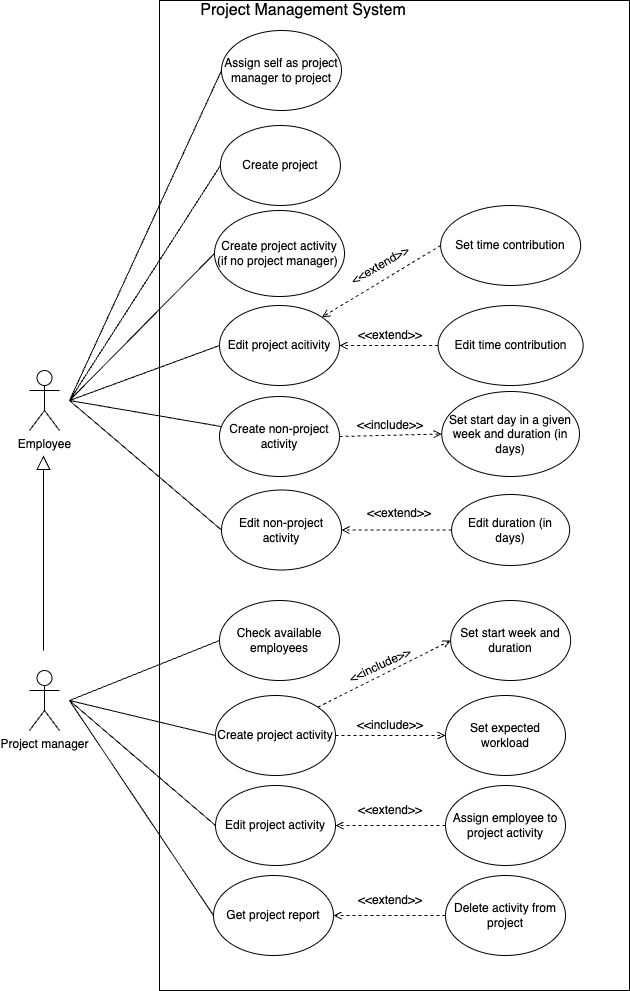
The draw.io diagram figures/Use_case.drawio.png in Simon2142/ProjectManagementSystem, before a commit. Source tidied: cells renumbered, new cells last; positions are measured from the earlier drawing's top-left corner, leaving out a move shared by most shapes.
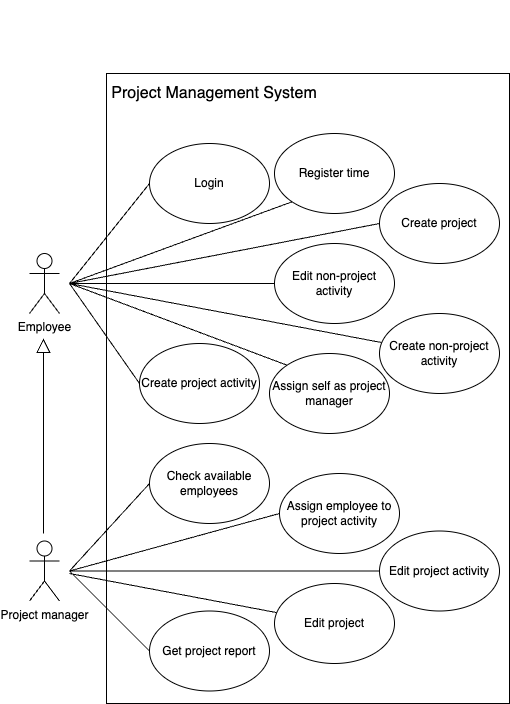
After the change.

What changed in the source:
```diff
@@ -2,38 +2,23 @@
   <root>
     <mxCell id="0" />
     <mxCell id="1" parent="0" />
-    <mxCell id="2" style="rounded=0;whiteSpace=wrap;html=1;" parent="1" vertex="1">
-      <mxGeometry x="130" width="470" height="990" as="geometry" />
-    </mxCell>
+    <mxCell id="52" style="rounded=0;whiteSpace=wrap;html=1;" parent="1" vertex="1">
+      <mxGeometry x="77" y="190" width="403" height="630" as="geometry" />
+    </mxCell>
     <mxCell id="3" value="Project manager" style="shape=umlActor;verticalLabelPosition=bottom;verticalAlign=top;html=1;" parent="1" vertex="1">
-      <mxGeometry y="670" width="30" height="60" as="geometry" />
+      <mxGeometry y="657.5" width="30" height="60" as="geometry" />
     </mxCell>
-    <mxCell id="4" style="rounded=0;jettySize=auto;html=1;dashed=1;endArrow=open;endFill=0;exitX=1;exitY=0.5;exitDx=0;exitDy=0;" parent="1" edge="1" source="7" target="9">
-      <mxGeometry relative="1" as="geometry" />
-    </mxCell>
     <mxCell id="5" style="rounded=0;jettySize=auto;html=1;endArrow=none;endFill=0;exitX=0;exitY=0.5;exitDx=0;exitDy=0;" parent="1" edge="1" source="6">
       <mxGeometry relative="1" as="geometry">
         <mxPoint x="40" y="400" as="targetPoint" />
       </mxGeometry>
     </mxCell>
     <mxCell id="6" value="Create project" style="ellipse;whiteSpace=wrap;html=1;" parent="1" vertex="1">
-      <mxGeometry x="190.9" y="125" width="120" height="80" as="geometry" />
+      <mxGeometry x="350" y="300" width="120" height="80" as="geometry" />
     </mxCell>
-    <mxCell id="7" value="Create project activity" style="ellipse;whiteSpace=wrap;html=1;" parent="1" vertex="1">
-      <mxGeometry x="186" y="695" width="120" height="80" as="geometry" />
+    <mxCell id="7" value="Edit project activity" style="ellipse;whiteSpace=wrap;html=1;" parent="1" vertex="1">
+      <mxGeometry x="350" y="647.5" width="120" height="80" as="geometry" />
     </mxCell>
-    <mxCell id="8" value="Edit project activity" style="ellipse;whiteSpace=wrap;html=1;" parent="1" vertex="1">
-      <mxGeometry x="186" y="785" width="120" height="80" as="geometry" />
-    </mxCell>
-    <mxCell id="9" value="Set expected workload" style="ellipse;whiteSpace=wrap;html=1;" parent="1" vertex="1">
-      <mxGeometry x="416" y="695" width="120" height="80" as="geometry" />
-    </mxCell>
-    <mxCell id="10" value="Set start week and duration" style="ellipse;whiteSpace=wrap;html=1;" parent="1" vertex="1">
-      <mxGeometry x="421.1" y="600" width="120" height="80" as="geometry" />
-    </mxCell>
-    <mxCell id="11" style="endArrow=open;html=1;rounded=0;exitX=1;exitY=0;exitDx=0;exitDy=0;dashed=1;endFill=0;entryX=0;entryY=0.5;entryDx=0;entryDy=0;" parent="1" edge="1" source="7" target="10">
-      <mxGeometry relative="1" as="geometry" />
-    </mxCell>
     <mxCell id="12" style="rounded=0;jettySize=auto;html=1;entryX=0;entryY=0.5;entryDx=0;entryDy=0;endArrow=none;endFill=0;" parent="1" edge="1" target="35">
       <mxGeometry relative="1" as="geometry">
         <mxPoint x="40" y="400" as="sourcePoint" />
@@ -42,121 +27,58 @@
     <mxCell id="13" value="Employee" style="shape=umlActor;verticalLabelPosition=bottom;verticalAlign=top;html=1;" parent="1" vertex="1">
       <mxGeometry y="370" width="30" height="60" as="geometry" />
     </mxCell>
-    <mxCell id="14" style="rounded=0;jettySize=auto;html=1;dashed=1;endArrow=open;endFill=0;exitX=0;exitY=0.5;exitDx=0;exitDy=0;entryX=1;entryY=0.5;entryDx=0;entryDy=0;" parent="1" edge="1" source="15" target="35">
-      <mxGeometry relative="1" as="geometry" />
-    </mxCell>
-    <mxCell id="15" value="Edit duration (in days)" style="ellipse;whiteSpace=wrap;html=1;" parent="1" vertex="1">
-      <mxGeometry x="422.1" y="494" width="118" height="71" as="geometry" />
-    </mxCell>
-    <mxCell id="16" style="rounded=0;jettySize=auto;html=1;entryX=1;entryY=0.5;entryDx=0;entryDy=0;dashed=1;endArrow=open;endFill=0;exitX=0;exitY=0.5;exitDx=0;exitDy=0;" parent="1" edge="1" source="17" target="34">
-      <mxGeometry relative="1" as="geometry" />
-    </mxCell>
-    <mxCell id="17" value="Edit time contribution" style="ellipse;whiteSpace=wrap;html=1;" parent="1" vertex="1">
-      <mxGeometry x="408.6" y="305" width="145" height="80" as="geometry" />
-    </mxCell>
     <mxCell id="18" value="Assign employee to project activity" style="ellipse;whiteSpace=wrap;html=1;" parent="1" vertex="1">
-      <mxGeometry x="416" y="785" width="120" height="80" as="geometry" />
+      <mxGeometry x="250" y="590" width="120" height="80" as="geometry" />
     </mxCell>
-    <mxCell id="19" value="Create project activity (if no project manager)&amp;nbsp;" style="ellipse;whiteSpace=wrap;html=1;" parent="1" vertex="1">
-      <mxGeometry x="185" y="210" width="130" height="86" as="geometry" />
-    </mxCell>
-    <mxCell id="20" value="&amp;lt;&amp;lt;include&amp;gt;&amp;gt;" style="text;html=1;align=center;verticalAlign=middle;whiteSpace=wrap;rounded=0;rotation=-25;" parent="1" vertex="1">
-      <mxGeometry x="321.1" y="650" width="60" height="30" as="geometry" />
-    </mxCell>
-    <mxCell id="21" value="&amp;lt;&amp;lt;include&amp;gt;&amp;gt;" style="text;html=1;align=center;verticalAlign=middle;whiteSpace=wrap;rounded=0;" parent="1" vertex="1">
-      <mxGeometry x="331" y="710" width="60" height="30" as="geometry" />
-    </mxCell>
     <mxCell id="22" style="rounded=0;jettySize=auto;html=1;endArrow=none;endFill=0;" parent="1" edge="1" source="23">
       <mxGeometry relative="1" as="geometry">
         <mxPoint x="40" y="400" as="targetPoint" />
       </mxGeometry>
     </mxCell>
     <mxCell id="23" value="Create non-project activity" style="ellipse;whiteSpace=wrap;html=1;" parent="1" vertex="1">
-      <mxGeometry x="190" y="396" width="120" height="80" as="geometry" />
+      <mxGeometry x="350" y="430" width="120" height="80" as="geometry" />
     </mxCell>
-    <mxCell id="24" value="Set start day in a given week and duration (in days)" style="ellipse;whiteSpace=wrap;html=1;" parent="1" vertex="1">
-      <mxGeometry x="412.3" y="391" width="137.8" height="85" as="geometry" />
-    </mxCell>
-    <mxCell id="25" value="Assign self as project manager to project" style="ellipse;whiteSpace=wrap;html=1;" parent="1" vertex="1">
-      <mxGeometry x="192" y="30" width="120" height="80" as="geometry" />
+    <mxCell id="25" value="Assign self as project manager" style="ellipse;whiteSpace=wrap;html=1;" parent="1" vertex="1">
+      <mxGeometry x="240" y="470" width="120" height="80" as="geometry" />
     </mxCell>
-    <mxCell id="26" value="Delete activity from project" style="ellipse;whiteSpace=wrap;html=1;" parent="1" vertex="1">
-      <mxGeometry x="416" y="875" width="120" height="80" as="geometry" />
-    </mxCell>
-    <mxCell id="27" style="endArrow=open;html=1;rounded=0;exitX=0;exitY=0.5;exitDx=0;exitDy=0;entryX=1;entryY=0.5;entryDx=0;entryDy=0;dashed=1;endFill=0;" parent="1" edge="1" source="18" target="8">
-      <mxGeometry relative="1" as="geometry" />
-    </mxCell>
-    <mxCell id="28" value="&amp;lt;&amp;lt;extend&amp;gt;&amp;gt;" style="text;html=1;align=center;verticalAlign=middle;whiteSpace=wrap;rounded=0;" parent="1" vertex="1">
-      <mxGeometry x="331" y="795" width="60" height="30" as="geometry" />
-    </mxCell>
-    <mxCell id="29" value="&amp;lt;&amp;lt;extend&amp;gt;&amp;gt;" style="text;html=1;align=center;verticalAlign=middle;whiteSpace=wrap;rounded=0;" parent="1" vertex="1">
-      <mxGeometry x="331" y="885" width="60" height="30" as="geometry" />
-    </mxCell>
     <mxCell id="30" value="Get project report" style="ellipse;whiteSpace=wrap;html=1;" parent="1" vertex="1">
-      <mxGeometry x="184" y="875" width="120" height="80" as="geometry" />
+      <mxGeometry x="120" y="727.5" width="120" height="80" as="geometry" />
     </mxCell>
     <mxCell id="31" style="rounded=0;jettySize=auto;html=1;entryX=0;entryY=0.5;entryDx=0;entryDy=0;endArrow=none;endFill=0;" parent="1" edge="1" target="7">
       <mxGeometry relative="1" as="geometry">
-        <mxPoint x="40" y="700" as="sourcePoint" />
+        <mxPoint x="40" y="687.5" as="sourcePoint" />
       </mxGeometry>
     </mxCell>
-    <mxCell id="32" style="rounded=0;jettySize=auto;html=1;entryX=0;entryY=0.5;entryDx=0;entryDy=0;endArrow=none;endFill=0;" parent="1" edge="1" target="8">
+    <mxCell id="32" style="rounded=0;jettySize=auto;html=1;entryX=0;entryY=0.5;entryDx=0;entryDy=0;endArrow=none;endFill=0;" parent="1" edge="1" target="18">
       <mxGeometry relative="1" as="geometry">
-        <mxPoint x="40" y="700" as="sourcePoint" />
+        <mxPoint x="40" y="687.5" as="sourcePoint" />
       </mxGeometry>
     </mxCell>
     <mxCell id="33" style="rounded=0;jettySize=auto;html=1;entryX=0;entryY=0.5;entryDx=0;entryDy=0;endArrow=none;endFill=0;" parent="1" edge="1" target="30">
       <mxGeometry relative="1" as="geometry">
-        <mxPoint x="40" y="700" as="sourcePoint" />
+        <mxPoint x="40" y="687.5" as="sourcePoint" />
       </mxGeometry>
     </mxCell>
-    <mxCell id="34" value="Edit project acitivity" style="ellipse;whiteSpace=wrap;html=1;" parent="1" vertex="1">
-      <mxGeometry x="190" y="305" width="120" height="80" as="geometry" />
-    </mxCell>
     <mxCell id="35" value="Edit non-project activity" style="ellipse;whiteSpace=wrap;html=1;" parent="1" vertex="1">
-      <mxGeometry x="192" y="489.5" width="120" height="80" as="geometry" />
+      <mxGeometry x="245" y="360" width="120" height="80" as="geometry" />
     </mxCell>
-    <mxCell id="36" value="&amp;lt;&amp;lt;extend&amp;gt;&amp;gt;" style="text;html=1;align=center;verticalAlign=middle;whiteSpace=wrap;rounded=0;rotation=-30;" parent="1" vertex="1">
-      <mxGeometry x="321.1" y="250" width="60" height="30" as="geometry" />
-    </mxCell>
-    <mxCell id="37" style="rounded=0;jettySize=auto;html=1;entryX=0;entryY=0.5;entryDx=0;entryDy=0;endArrow=none;endFill=0;" parent="1" edge="1" target="19">
+    <mxCell id="37" style="rounded=0;jettySize=auto;html=1;entryX=0;entryY=0.5;entryDx=0;entryDy=0;endArrow=none;endFill=0;" parent="1" edge="1" target="59">
       <mxGeometry relative="1" as="geometry">
         <mxPoint x="40" y="400" as="sourcePoint" />
       </mxGeometry>
     </mxCell>
-    <mxCell id="38" style="rounded=0;jettySize=auto;html=1;entryX=0;entryY=0.5;entryDx=0;entryDy=0;endArrow=none;endFill=0;" parent="1" edge="1" target="34">
-      <mxGeometry relative="1" as="geometry">
-        <mxPoint x="40" y="400" as="sourcePoint" />
-      </mxGeometry>
-    </mxCell>
-    <mxCell id="39" value="&amp;lt;&amp;lt;include&amp;gt;&amp;gt;" style="text;html=1;align=center;verticalAlign=middle;whiteSpace=wrap;rounded=0;" parent="1" vertex="1">
-      <mxGeometry x="331" y="410" width="60" height="30" as="geometry" />
-    </mxCell>
     <mxCell id="40" value="Check available employees" style="ellipse;whiteSpace=wrap;html=1;" parent="1" vertex="1">
-      <mxGeometry x="190" y="600" width="120" height="80" as="geometry" />
+      <mxGeometry x="120" y="560" width="120" height="80" as="geometry" />
     </mxCell>
-    <mxCell id="41" value="Set time contribution" style="ellipse;whiteSpace=wrap;html=1;" parent="1" vertex="1">
-      <mxGeometry x="411.1" y="205" width="140" height="80" as="geometry" />
-    </mxCell>
-    <mxCell id="42" value="&amp;lt;&amp;lt;extend&amp;gt;&amp;gt;" style="text;html=1;align=center;verticalAlign=middle;whiteSpace=wrap;rounded=0;rotation=0;" parent="1" vertex="1">
-      <mxGeometry x="340" y="500" width="60" height="25" as="geometry" />
-    </mxCell>
-    <mxCell id="43" style="rounded=0;jettySize=auto;html=1;exitX=0;exitY=0.5;exitDx=0;exitDy=0;entryX=1;entryY=0;entryDx=0;entryDy=0;endArrow=open;endFill=0;dashed=1;" parent="1" edge="1" source="41" target="34">
-      <mxGeometry relative="1" as="geometry" />
-    </mxCell>
-    <mxCell id="44" style="endArrow=none;html=1;rounded=0;" parent="1" edge="1">
+    <mxCell id="44" style="endArrow=none;html=1;rounded=0;exitX=0;exitY=0.5;exitDx=0;exitDy=0;" parent="1" edge="1" source="40">
       <mxGeometry relative="1" as="geometry">
-        <mxPoint x="190" y="640" as="sourcePoint" />
-        <mxPoint x="40" y="700" as="targetPoint" />
+        <mxPoint x="40" y="687.5" as="targetPoint" />
       </mxGeometry>
     </mxCell>
-    <mxCell id="45" style="endArrow=open;html=1;rounded=0;exitX=0;exitY=0.5;exitDx=0;exitDy=0;entryX=1;entryY=0.5;entryDx=0;entryDy=0;dashed=1;endFill=0;" parent="1" edge="1" source="26" target="30">
-      <mxGeometry relative="1" as="geometry" />
-    </mxCell>
     <mxCell id="46" value="Project Management System" style="text;html=1;align=center;verticalAlign=middle;whiteSpace=wrap;rounded=0;fontSize=16;" parent="1" vertex="1">
-      <mxGeometry x="138.6" width="270" height="20" as="geometry" />
+      <mxGeometry x="50" y="200" width="270" height="20" as="geometry" />
     </mxCell>
-    <mxCell id="47" style="endArrow=none;html=1;rounded=0;entryX=0;entryY=0.5;entryDx=0;entryDy=0;" parent="1" edge="1" target="25">
+    <mxCell id="47" style="endArrow=none;html=1;rounded=0;entryX=0;entryY=0;entryDx=0;entryDy=0;" parent="1" edge="1" target="25">
       <mxGeometry relative="1" as="geometry">
         <mxPoint x="40" y="400" as="sourcePoint" />
       </mxGeometry>
@@ -167,17 +89,38 @@
         <mxPoint x="331.4" y="126" as="targetPoint" />
       </mxGeometry>
     </mxCell>
-    <mxCell id="49" style="rounded=0;jettySize=auto;html=1;entryX=0;entryY=0.5;entryDx=0;entryDy=0;dashed=1;endArrow=open;endFill=0;exitX=1;exitY=0.5;exitDx=0;exitDy=0;" parent="1" edge="1" source="23" target="24">
-      <mxGeometry relative="1" as="geometry" />
-    </mxCell>
     <mxCell id="50" style="endArrow=block;endFill=0;endSize=12;html=1;rounded=0;fontSize=12;curved=1;" parent="1" edge="1">
       <mxGeometry relative="1" as="geometry">
         <mxPoint x="14" y="650" as="sourcePoint" />
         <mxPoint x="14" y="455" as="targetPoint" />
       </mxGeometry>
     </mxCell>
-    <mxCell id="51" value="&amp;lt;&amp;lt;extend&amp;gt;&amp;gt;" style="text;html=1;align=center;verticalAlign=middle;whiteSpace=wrap;rounded=0;rotation=0;" parent="1" vertex="1">
-      <mxGeometry x="331" y="320" width="60" height="30" as="geometry" />
-    </mxCell>
+    <mxCell id="53" value="&lt;div&gt;Register time&lt;/div&gt;" style="ellipse;whiteSpace=wrap;html=1;" parent="1" vertex="1">
+      <mxGeometry x="245" y="250" width="120" height="80" as="geometry" />
+    </mxCell>
+    <mxCell id="54" style="endArrow=none;html=1;rounded=0;entryX=0;entryY=1;entryDx=0;entryDy=0;" parent="1" edge="1" target="53">
+      <mxGeometry relative="1" as="geometry">
+        <mxPoint x="40" y="400" as="sourcePoint" />
+      </mxGeometry>
+    </mxCell>
+    <mxCell id="55" style="rounded=0;jettySize=auto;html=1;endArrow=none;endFill=0;" parent="1" edge="1" source="56">
+      <mxGeometry relative="1" as="geometry">
+        <mxPoint x="40" y="690" as="targetPoint" />
+      </mxGeometry>
+    </mxCell>
+    <mxCell id="56" value="Edit project" style="ellipse;whiteSpace=wrap;html=1;" parent="1" vertex="1">
+      <mxGeometry x="245" y="700" width="120" height="80" as="geometry" />
+    </mxCell>
+    <mxCell id="57" style="rounded=0;jettySize=auto;html=1;endArrow=none;endFill=0;exitX=0;exitY=0.5;exitDx=0;exitDy=0;" parent="1" edge="1" source="58">
+      <mxGeometry relative="1" as="geometry">
+        <mxPoint x="40" y="400" as="targetPoint" />
+      </mxGeometry>
+    </mxCell>
+    <mxCell id="58" value="Login" style="ellipse;whiteSpace=wrap;html=1;" parent="1" vertex="1">
+      <mxGeometry x="120" y="260" width="120" height="80" as="geometry" />
+    </mxCell>
+    <mxCell id="59" value="&lt;div&gt;Create project activity&lt;/div&gt;" style="ellipse;whiteSpace=wrap;html=1;" parent="1" vertex="1">
+      <mxGeometry x="110" y="460" width="120" height="80" as="geometry" />
+    </mxCell>
   </root>
 </mxGraphModel>
```
